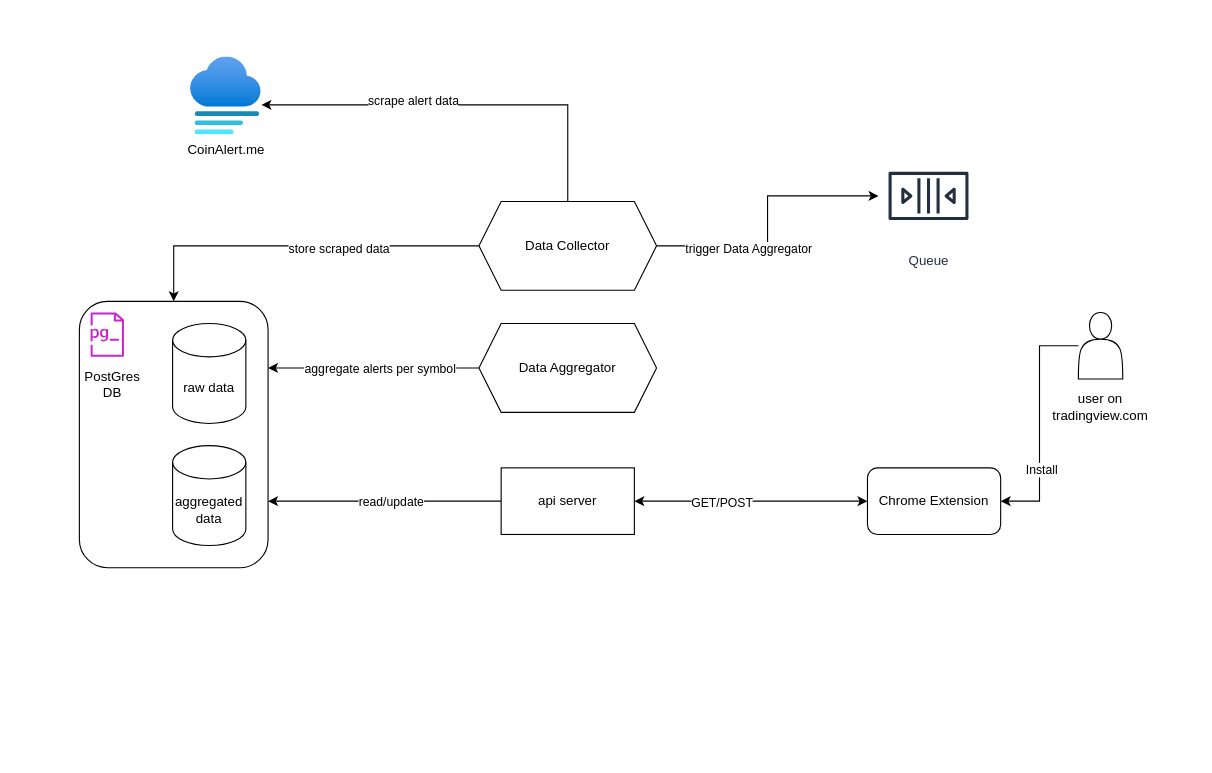
This is TVAlertHelper.drawio from tiengtinh/drawio, a draw.io file, before an edit. Source tidied: cells renumbered, new cells numbered last; positions are measured from the earlier drawing's top-left corner, leaving out a move shared by most shapes. Both pictures are drawn from the tidied source at 111%, with x=0, y=0 at pixel (79, 57).
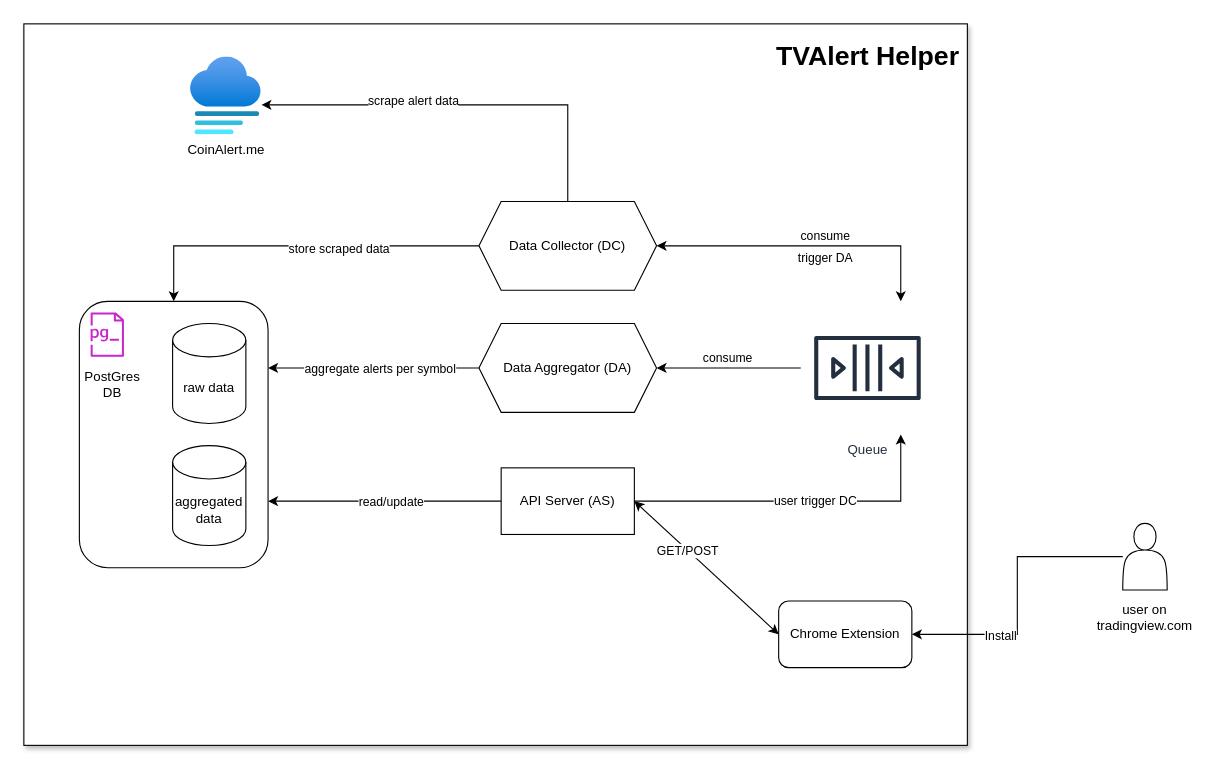
After the change.

The edit, as a diff of the source:
```diff
@@
+    <mxCell id="31" style="rounded=0;whiteSpace=wrap;html=1;shadow=1;" parent="1" vertex="1">
+      <mxGeometry x="-50" y="-30" width="850" height="650" as="geometry" />
+    </mxCell>
@@
+    <mxCell id="32" style="edgeStyle=orthogonalEdgeStyle;rounded=0;jettySize=auto;html=1;" parent="1" edge="1" source="4" target="30">
+      <mxGeometry relative="1" as="geometry">
+        <Array as="points">
+          <mxPoint x="740" y="400" />
+        </Array>
+      </mxGeometry>
+    </mxCell>
+    <mxCell id="33" value="user trigger DC" style="edgeLabel;html=1;align=center;verticalAlign=middle;" parent="32" vertex="1">
+      <mxGeometry x="0.08" y="1" relative="1" as="geometry" />
+    </mxCell>
-    <mxCell id="4" value="api server" style="rounded=0;whiteSpace=wrap;html=1;" parent="1" vertex="1">
+    <mxCell id="4" value="API Server (AS)" style="rounded=0;whiteSpace=wrap;html=1;" parent="1" vertex="1">
       <mxGeometry x="380" y="370" width="120" height="60" as="geometry" />
     </mxCell>
@@
-    <mxCell id="7" style="edgeStyle=orthogonalEdgeStyle;rounded=0;jettySize=auto;html=1;" parent="1" edge="1" source="9" target="30">
-      <mxGeometry relative="1" as="geometry" />
-    </mxCell>
-    <mxCell id="8" value="trigger Data Aggregator" style="edgeLabel;html=1;align=center;verticalAlign=middle;" parent="7" vertex="1">
-      <mxGeometry x="-0.33" y="-2" relative="1" as="geometry" />
-    </mxCell>
-    <mxCell id="9" value="Data Collector" style="shape=hexagon;perimeter=hexagonPerimeter2;whiteSpace=wrap;html=1;fixedSize=1;" parent="1" vertex="1">
+    <mxCell id="9" value="Data Collector (DC)" style="shape=hexagon;perimeter=hexagonPerimeter2;whiteSpace=wrap;html=1;fixedSize=1;" parent="1" vertex="1">
       <mxGeometry x="360" y="130" width="160" height="80" as="geometry" />
     </mxCell>
@@
-    <mxCell id="12" value="Data Aggregator" style="shape=hexagon;perimeter=hexagonPerimeter2;whiteSpace=wrap;html=1;fixedSize=1;" parent="1" vertex="1">
+    <mxCell id="12" value="Data Aggregator (DA)" style="shape=hexagon;perimeter=hexagonPerimeter2;whiteSpace=wrap;html=1;fixedSize=1;" parent="1" vertex="1">
       <mxGeometry x="360" y="240" width="160" height="80" as="geometry" />
     </mxCell>
     <mxCell id="13" value="Chrome Extension" style="rounded=1;whiteSpace=wrap;html=1;" parent="1" vertex="1">
-      <mxGeometry x="710" y="370" width="120" height="60" as="geometry" />
+      <mxGeometry x="630" y="490" width="120" height="60" as="geometry" />
     </mxCell>
     <mxCell id="14" style="group;" parent="1" vertex="1">
-      <mxGeometry x="890" y="230" width="60" height="100" as="geometry" />
+      <mxGeometry x="930" y="420" width="60" height="100" as="geometry" />
     </mxCell>
@@
+    <mxCell id="34" style="edgeStyle=orthogonalEdgeStyle;rounded=0;jettySize=auto;html=1;entryX=1;entryY=0.5;entryDx=0;entryDy=0;" parent="1" edge="1" source="30" target="12">
+      <mxGeometry relative="1" as="geometry" />
+    </mxCell>
+    <mxCell id="35" value="consume" style="edgeLabel;html=1;align=center;verticalAlign=middle;" parent="34" vertex="1">
+      <mxGeometry x="0.03" y="3" relative="1" as="geometry">
+        <mxPoint y="-13" as="offset" />
+      </mxGeometry>
+    </mxCell>
     <mxCell id="30" value="Queue" style="sketch=0;outlineConnect=0;fontColor=#232F3E;gradientColor=none;strokeColor=#232F3E;fillColor=#ffffff;dashed=0;verticalLabelPosition=bottom;verticalAlign=top;align=center;html=1;fontSize=12;fontStyle=0;shape=mxgraph.aws4.resourceIcon;resIcon=mxgraph.aws4.queue;" parent="1" vertex="1">
-      <mxGeometry x="720" y="80" width="90" height="90" as="geometry" />
+      <mxGeometry x="650" y="220" width="120" height="120" as="geometry" />
     </mxCell>
+    <mxCell id="7" style="endArrow=classic;startArrow=classic;html=1;rounded=0;exitX=1;exitY=0.5;exitDx=0;exitDy=0;edgeStyle=orthogonalEdgeStyle;" parent="1" edge="1" source="9" target="30">
+      <mxGeometry relative="1" as="geometry">
+        <Array as="points">
+          <mxPoint x="740" y="170" />
+        </Array>
+      </mxGeometry>
+    </mxCell>
+    <mxCell id="36" value="consume" style="edgeLabel;html=1;align=center;verticalAlign=middle;" parent="7" vertex="1">
+      <mxGeometry x="0.37" y="-2" relative="1" as="geometry">
+        <mxPoint x="-34" y="-12" as="offset" />
+      </mxGeometry>
+    </mxCell>
+    <mxCell id="37" value="trigger DA" style="edgeLabel;html=1;align=center;verticalAlign=middle;" parent="7" vertex="1">
+      <mxGeometry x="0.44" y="3" relative="1" as="geometry">
+        <mxPoint x="-43" y="13" as="offset" />
+      </mxGeometry>
+    </mxCell>
+    <mxCell id="38" value="TVAlert Helper" style="text;strokeColor=none;fillColor=none;html=1;fontSize=24;fontStyle=1;verticalAlign=middle;align=center;" parent="1" vertex="1">
+      <mxGeometry x="660" y="-20" width="100" height="40" as="geometry" />
+    </mxCell>
```
